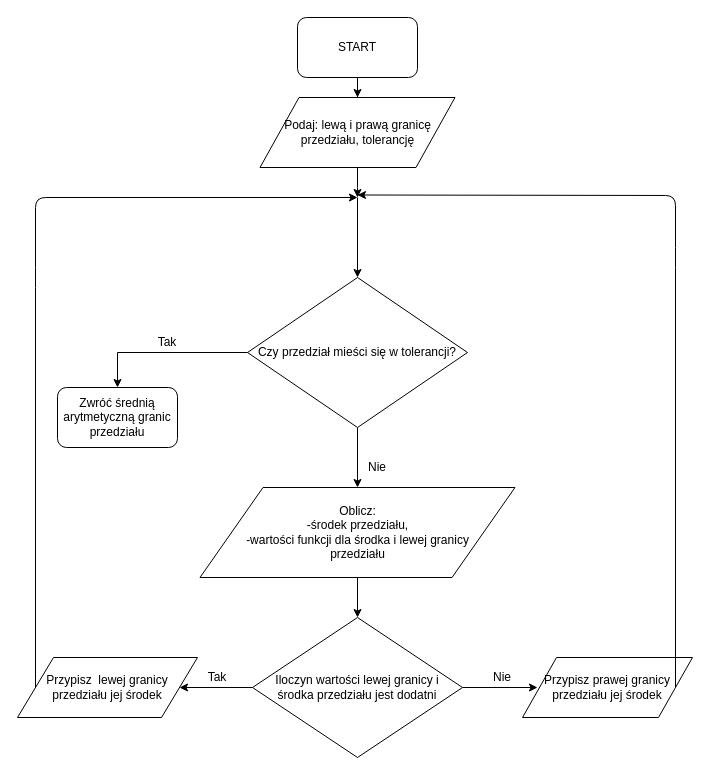
Earlier version of the draw.io diagram Bisekcja.drawio (finloop/biselect). Source tidied: cells renumbered, new cells numbered last; positions are measured from the earlier drawing's top-left corner, leaving out a move shared by most shapes. Both pictures are drawn from the tidied source at 100%, with x=0, y=0 at pixel (17, 17).
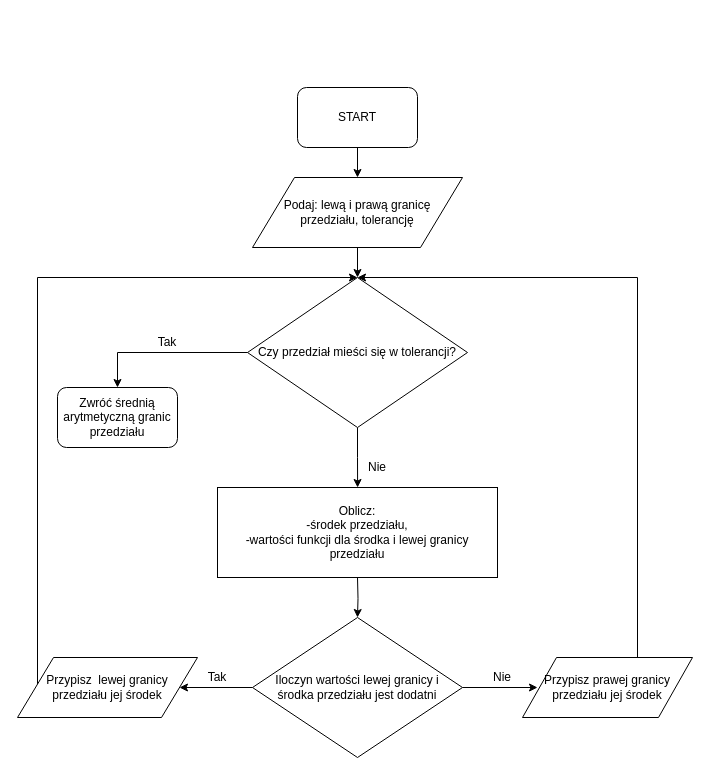
Above is the later version.

Commit message:
now its 'fixed'

The change refers to these unchanged cells:
```xml
<mxCell id="3" value="Czy przedział mieści się w tolerancji?&lt;br&gt;" style="rhombus;whiteSpace=wrap;html=1;" parent="1" vertex="1">
  <mxGeometry x="230" y="260" width="220" height="150" as="geometry" />
</mxCell>
<mxCell id="12" value="Iloczyn wartości lewej granicy i &lt;br&gt;środka przedziału jest dodatni" style="rhombus;whiteSpace=wrap;html=1;" parent="1" vertex="1">
  <mxGeometry x="235" y="600" width="210" height="140" as="geometry" />
</mxCell>
<mxCell id="15" value="Przypisz&amp;nbsp; lewej granicy przedziału jej środek" style="shape=parallelogram;perimeter=parallelogramPerimeter;whiteSpace=wrap;html=1;" parent="1" vertex="1">
  <mxGeometry y="640" width="180" height="60" as="geometry" />
</mxCell>
<mxCell id="16" value="&lt;span style=&quot;white-space: normal&quot;&gt;Przypisz prawej granicy przedziału jej środek&lt;/span&gt;" style="shape=parallelogram;perimeter=parallelogramPerimeter;whiteSpace=wrap;html=1;" parent="1" vertex="1">
  <mxGeometry x="505" y="640" width="170" height="60" as="geometry" />
</mxCell>
```

Change to the diagram source:
```diff
@@
-    <mxCell id="2" style="edgeStyle=orthogonalEdgeStyle;rounded=0;jettySize=auto;html=1;" parent="1" edge="1" source="3" target="9">
-      <mxGeometry relative="1" as="geometry" />
+    <mxCell id="2" style="edgeStyle=orthogonalEdgeStyle;rounded=0;jettySize=auto;html=1;" parent="1" edge="1" source="3">
+      <mxGeometry relative="1" as="geometry">
+        <mxPoint x="340.1" y="470" as="targetPoint" />
+      </mxGeometry>
     </mxCell>
@@
-    <mxCell id="8" style="edgeStyle=orthogonalEdgeStyle;rounded=0;jettySize=auto;html=1;" parent="1" edge="1" source="9" target="12">
-      <mxGeometry relative="1" as="geometry" />
+    <mxCell id="8" style="edgeStyle=orthogonalEdgeStyle;rounded=0;jettySize=auto;html=1;" parent="1" edge="1" target="12">
+      <mxGeometry relative="1" as="geometry">
+        <mxPoint x="340" y="560" as="sourcePoint" />
+      </mxGeometry>
     </mxCell>
-    <mxCell id="9" value="Oblicz:&lt;br&gt;-środek przedziału,&lt;br&gt;-wartości funkcji dla środka i lewej granicy&lt;br&gt;przedziału" style="shape=parallelogram;perimeter=parallelogramPerimeter;whiteSpace=wrap;html=1;" parent="1" vertex="1">
-      <mxGeometry x="182.5" y="470" width="315" height="90" as="geometry" />
-    </mxCell>
@@
+    <mxCell id="24" style="edgeStyle=orthogonalEdgeStyle;rounded=0;jettySize=auto;html=1;" parent="1" edge="1" source="15">
+      <mxGeometry relative="1" as="geometry">
+        <mxPoint x="340" y="260" as="targetPoint" />
+        <Array as="points">
+          <mxPoint x="20" y="260" />
+        </Array>
+      </mxGeometry>
+    </mxCell>
@@
+    <mxCell id="25" style="edgeStyle=orthogonalEdgeStyle;rounded=0;jettySize=auto;html=1;entryX=0.5;entryY=0;entryDx=0;entryDy=0;" parent="1" edge="1" source="16" target="3">
+      <mxGeometry relative="1" as="geometry">
+        <Array as="points">
+          <mxPoint x="620" y="260" />
+        </Array>
+      </mxGeometry>
+    </mxCell>
@@
-    <mxCell id="17" style="endArrow=classic;html=1;exitX=0;exitY=0.5;exitDx=0;exitDy=0;" parent="1" edge="1" source="15">
-      <mxGeometry relative="1" as="geometry">
-        <mxPoint x="340" y="180" as="targetPoint" />
-        <Array as="points">
-          <mxPoint x="18" y="260" />
-          <mxPoint x="18" y="180" />
-        </Array>
-      </mxGeometry>
-    </mxCell>
-    <mxCell id="18" style="endArrow=classic;html=1;entryX=0.5;entryY=0;entryDx=0;entryDy=0;" parent="1" edge="1" target="3">
-      <mxGeometry relative="1" as="geometry">
-        <mxPoint x="340" y="180" as="sourcePoint" />
-      </mxGeometry>
-    </mxCell>
-    <mxCell id="19" style="endArrow=classic;html=1;exitX=1;exitY=0.5;exitDx=0;exitDy=0;" parent="1" edge="1" source="16">
-      <mxGeometry relative="1" as="geometry">
-        <mxPoint x="340" y="177.5" as="targetPoint" />
-        <Array as="points">
-          <mxPoint x="658" y="240" />
-          <mxPoint x="658" y="178" />
-        </Array>
-      </mxGeometry>
-    </mxCell>
@@
     <mxCell id="21" value="START" style="rounded=1;whiteSpace=wrap;html=1;" parent="1" vertex="1">
-      <mxGeometry x="280" width="120" height="60" as="geometry" />
+      <mxGeometry x="280" y="70" width="120" height="60" as="geometry" />
     </mxCell>
-    <mxCell id="22" style="edgeStyle=orthogonalEdgeStyle;rounded=0;jettySize=auto;html=1;" parent="1" edge="1" source="23">
-      <mxGeometry relative="1" as="geometry">
-        <mxPoint x="340" y="180" as="targetPoint" />
-      </mxGeometry>
-    </mxCell>
+    <mxCell id="26" style="edgeStyle=orthogonalEdgeStyle;rounded=0;jettySize=auto;html=1;entryX=0.5;entryY=0;entryDx=0;entryDy=0;" parent="1" edge="1" source="23" target="3">
+      <mxGeometry relative="1" as="geometry" />
+    </mxCell>
     <mxCell id="23" value="Podaj: lewą i prawą granicę przedziału, tolerancję" style="shape=parallelogram;perimeter=parallelogramPerimeter;whiteSpace=wrap;html=1;" parent="1" vertex="1">
-      <mxGeometry x="242.5" y="80" width="195" height="70" as="geometry" />
+      <mxGeometry x="235" y="160" width="210" height="70" as="geometry" />
     </mxCell>
+    <mxCell id="9" value="&lt;span style=&quot;white-space: normal&quot;&gt;Oblicz:&lt;/span&gt;&lt;br style=&quot;white-space: normal&quot;&gt;&lt;span style=&quot;white-space: normal&quot;&gt;-środek przedziału,&lt;/span&gt;&lt;br style=&quot;white-space: normal&quot;&gt;&lt;span style=&quot;white-space: normal&quot;&gt;-wartości funkcji dla środka i lewej granicy&lt;/span&gt;&lt;br style=&quot;white-space: normal&quot;&gt;&lt;span style=&quot;white-space: normal&quot;&gt;przedziału&lt;/span&gt;" style="rounded=0;whiteSpace=wrap;html=1;" parent="1" vertex="1">
+      <mxGeometry x="200" y="470" width="280" height="90" as="geometry" />
+    </mxCell>
```
